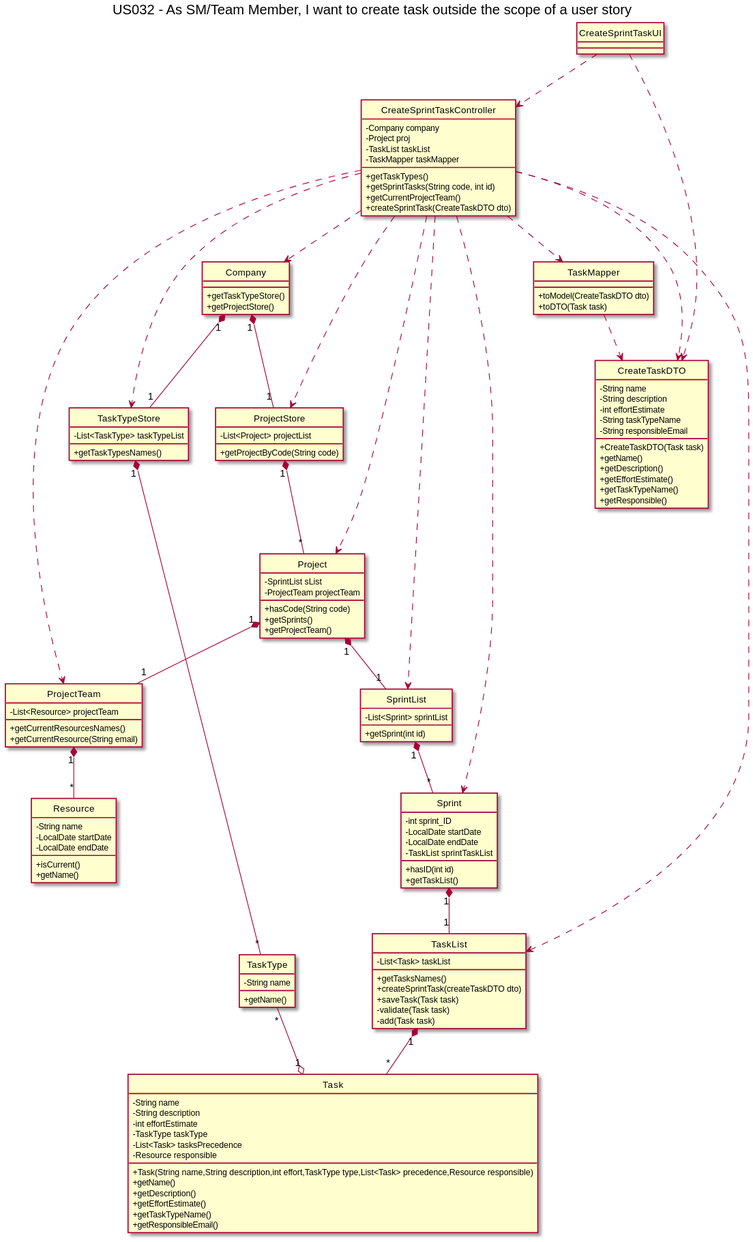
nunogon1211787/projectManagement keeps this PlantUML diagram as docs/Sprint3/US032/US032-CD.svg. Above is the earlier version.
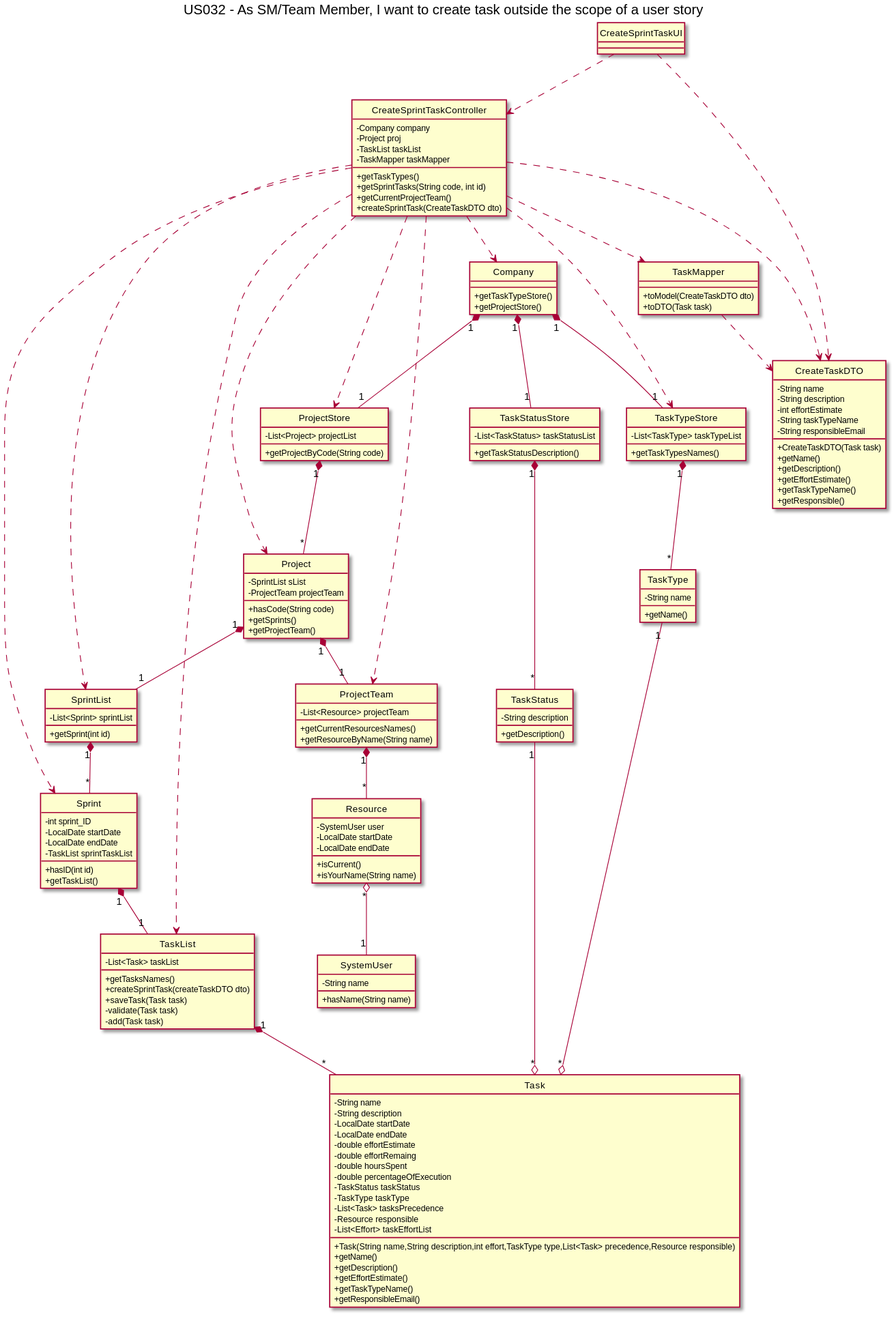
Above is the later version.

The edit, as a diff of the source:
```diff
@@ -31,6 +31,16 @@
 class TaskType{
 -String name
 +getName()
+}
+
+class TaskStatusStore{
+-List<TaskStatus> taskStatusList
++getTaskStatusDescription()
+}
+
+class TaskStatus{
+-String description
++getDescription()
 }
 
 class ProjectStore{
@@ -72,10 +82,17 @@
 class Task{
 -String name
 -String description
--int effortEstimate
+-LocalDate startDate
+-LocalDate endDate
+-double effortEstimate
+-double effortRemaing
+-double hoursSpent
+-double percentageOfExecution
+-TaskStatus taskStatus
 -TaskType taskType
 -List<Task> tasksPrecedence
 -Resource responsible
+-List<Effort> taskEffortList
 +Task(String name,String description,int effort,TaskType type,List<Task> precedence,Resource responsible)
 +getName()
 +getDescription()
@@ -87,15 +104,20 @@
 class ProjectTeam{
 -List<Resource> projectTeam
 +getCurrentResourcesNames()
-+getCurrentResource(String email)
++getResourceByName(String name)
 }
 
 class Resource{
--String name
+-SystemUser user
 -LocalDate startDate
 -LocalDate endDate
 +isCurrent()
-+getName()
++isYourName(String name)
+}
+
+class SystemUser{
+-String name
++hasName(String name)
 }
 
 class TaskMapper{
@@ -133,11 +155,14 @@
 
 
 Company "1" *-- "1" TaskTypeStore
+Company "1" *-- "1" TaskStatusStore
 Company "1" *-- "1" ProjectStore
 
 TaskTypeStore "1" *-- "*" TaskType
+TaskStatusStore "1" *-- "*" TaskStatus
 
-TaskType "*" --o "1" Task
+TaskType "1" --o "*" Task
+TaskStatus "1" --o "*" Task
 
 ProjectStore "1" *-- "*" Project
 
@@ -152,6 +177,8 @@
 
 ProjectTeam "1" *-- "*" Resource
 
+Resource "*" o-- "1" SystemUser
+
 TaskMapper ..> CreateTaskDTO
 
 @enduml
```
